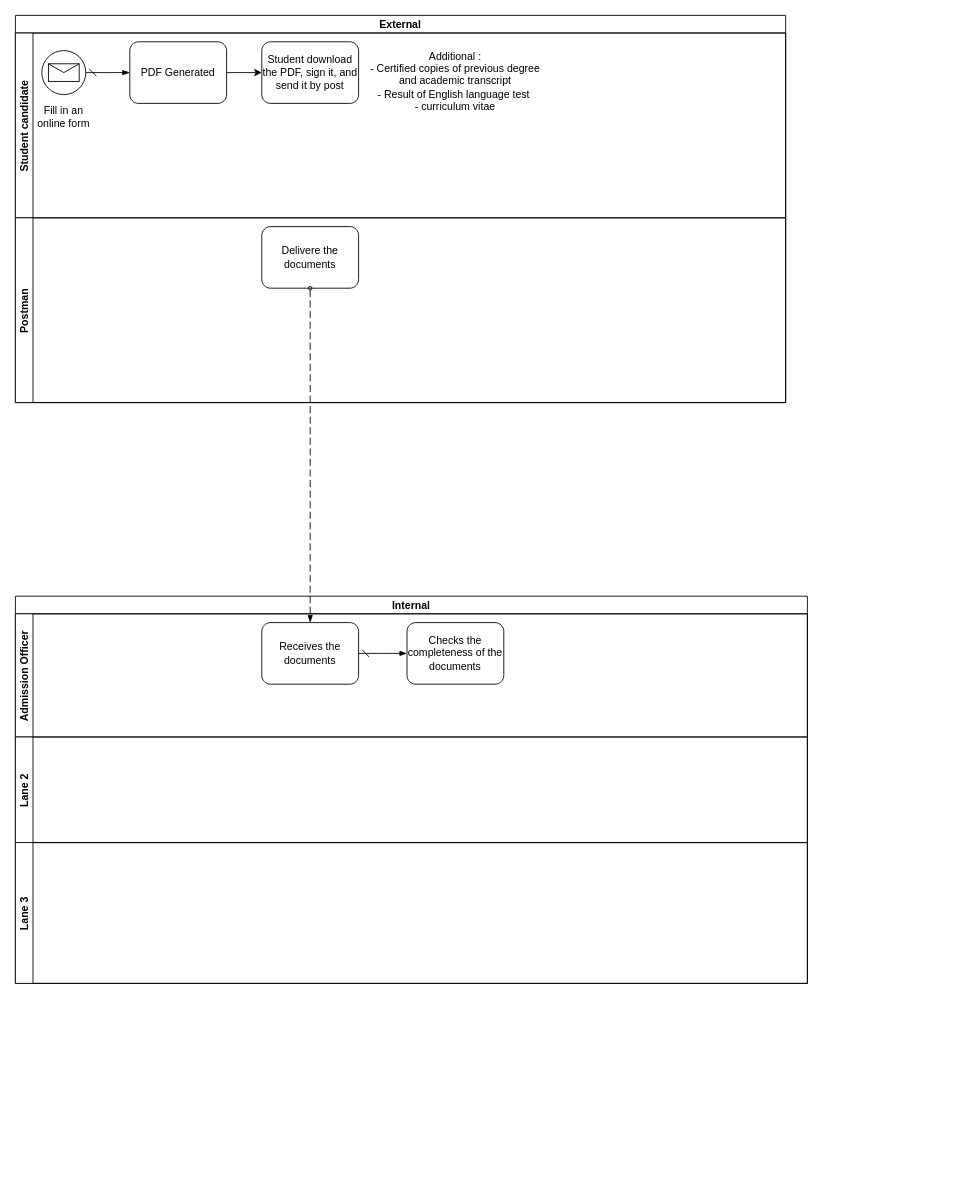
Before: Untitled Diagram.drawio in FricoSimon/BPMN, a draw.io diagram. Source tidied: cells renumbered, new cells numbered last; positions are measured from the earlier drawing's top-left corner, leaving out a move shared by most shapes. Both pictures are drawn from the tidied source at 88%, with x=0, y=0 at pixel (15, 15).
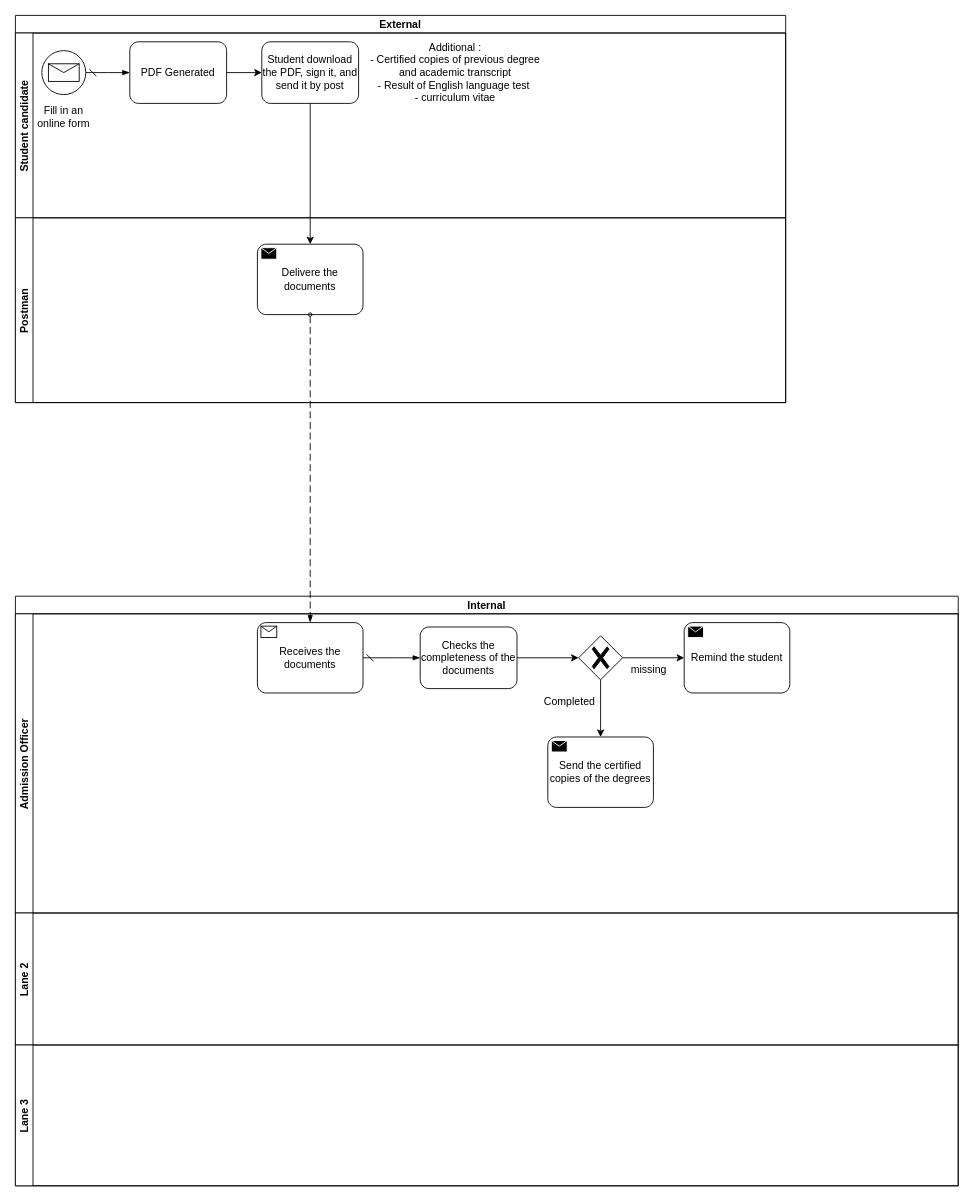
After the change.

The change refers to these unchanged cells:
```xml
<mxCell id="2" value="External" style="swimlane;horizontal=1;startSize=20;" parent="1" vertex="1">
  <mxGeometry width="875.3" height="440" as="geometry" />
</mxCell>
<mxCell id="3" value="Student candidate" style="swimlane;startSize=20;horizontal=0;" parent="2" vertex="1">
  <mxGeometry y="20" width="875.3" height="210" as="geometry" />
</mxCell>
<mxCell id="9" value="Student download the PDF, sign it, and send it by post" style="points=[[0.25,0,0],[0.5,0,0],[0.75,0,0],[1,0.25,0],[1,0.5,0],[1,0.75,0],[0.75,1,0],[0.5,1,0],[0.25,1,0],[0,0.75,0],[0,0.5,0],[0,0.25,0]];shape=mxgraph.bpmn.task;whiteSpace=wrap;rectStyle=rounded;size=10;taskMarker=abstract;" parent="3" vertex="1">
  <mxGeometry x="280" y="10" width="110" height="70" as="geometry" />
</mxCell>
<mxCell id="11" value="Postman" style="swimlane;startSize=20;horizontal=0;" parent="2" vertex="1">
  <mxGeometry y="230" width="875.3" height="210" as="geometry" />
</mxCell>
```

Diff of the diagram source:
```diff
@@
     <mxCell id="10" value="Additional :&lt;br&gt;- Certified copies of previous degree and academic transcript&lt;br&gt;- Result of English language test&amp;nbsp;&lt;br&gt;- curriculum vitae" style="text;html=1;strokeColor=none;fillColor=none;align=center;verticalAlign=middle;whiteSpace=wrap;rounded=0;" parent="3" vertex="1">
-      <mxGeometry x="400" width="200" height="110" as="geometry" />
+      <mxGeometry x="400" y="-10" width="200" height="110" as="geometry" />
     </mxCell>
@@
-    <mxCell id="12" value="Delivere the documents" style="points=[[0.25,0,0],[0.5,0,0],[0.75,0,0],[1,0.25,0],[1,0.5,0],[1,0.75,0],[0.75,1,0],[0.5,1,0],[0.25,1,0],[0,0.75,0],[0,0.5,0],[0,0.25,0]];shape=mxgraph.bpmn.task;whiteSpace=wrap;rectStyle=rounded;size=10;taskMarker=abstract;" parent="11" vertex="1">
-      <mxGeometry x="280" y="10" width="110" height="70" as="geometry" />
+    <mxCell id="12" value="Delivere the documents" style="points=[[0.25,0,0],[0.5,0,0],[0.75,0,0],[1,0.25,0],[1,0.5,0],[1,0.75,0],[0.75,1,0],[0.5,1,0],[0.25,1,0],[0,0.75,0],[0,0.5,0],[0,0.25,0]];shape=mxgraph.bpmn.task;whiteSpace=wrap;rectStyle=rounded;size=10;taskMarker=send;" parent="11" vertex="1">
+      <mxGeometry x="275" y="30" width="120" height="80" as="geometry" />
     </mxCell>
+    <mxCell id="21" style="edgeStyle=orthogonalEdgeStyle;rounded=0;jettySize=auto;html=1;entryX=0.5;entryY=0;entryDx=0;entryDy=0;entryPerimeter=0;" parent="2" edge="1" source="9" target="12">
+      <mxGeometry relative="1" as="geometry" />
+    </mxCell>
     <mxCell id="13" value="Internal" style="swimlane;horizontal=1;startSize=20;" parent="1" vertex="1">
-      <mxGeometry y="660" width="900" height="440" as="geometry" />
+      <mxGeometry y="660" width="1071.4" height="670" as="geometry" />
     </mxCell>
     <mxCell id="14" value="Admission Officer" style="swimlane;startSize=20;horizontal=0;" parent="13" vertex="1">
-      <mxGeometry y="20" width="900" height="140" as="geometry" />
+      <mxGeometry y="20" width="1071.4" height="340" as="geometry" />
     </mxCell>
-    <mxCell id="15" value="Receives the documents" style="points=[[0.25,0,0],[0.5,0,0],[0.75,0,0],[1,0.25,0],[1,0.5,0],[1,0.75,0],[0.75,1,0],[0.5,1,0],[0.25,1,0],[0,0.75,0],[0,0.5,0],[0,0.25,0]];shape=mxgraph.bpmn.task;whiteSpace=wrap;rectStyle=rounded;size=10;taskMarker=abstract;" parent="14" vertex="1">
-      <mxGeometry x="280" y="10" width="110" height="70" as="geometry" />
-    </mxCell>
+    <mxCell id="22" style="edgeStyle=orthogonalEdgeStyle;rounded=0;jettySize=auto;html=1;" parent="14" edge="1" source="16" target="25">
+      <mxGeometry relative="1" as="geometry" />
+    </mxCell>
     <mxCell id="16" value="Checks the completeness of the documents" style="points=[[0.25,0,0],[0.5,0,0],[0.75,0,0],[1,0.25,0],[1,0.5,0],[1,0.75,0],[0.75,1,0],[0.5,1,0],[0.25,1,0],[0,0.75,0],[0,0.5,0],[0,0.25,0]];shape=mxgraph.bpmn.task;whiteSpace=wrap;rectStyle=rounded;size=10;taskMarker=abstract;" parent="14" vertex="1">
-      <mxGeometry x="445" y="10" width="110" height="70" as="geometry" />
+      <mxGeometry x="460" y="15" width="110" height="70" as="geometry" />
     </mxCell>
@@
+    <mxCell id="15" value="Receives the documents" style="points=[[0.25,0,0],[0.5,0,0],[0.75,0,0],[1,0.25,0],[1,0.5,0],[1,0.75,0],[0.75,1,0],[0.5,1,0],[0.25,1,0],[0,0.75,0],[0,0.5,0],[0,0.25,0]];shape=mxgraph.bpmn.task;whiteSpace=wrap;rectStyle=rounded;size=10;taskMarker=receive;" parent="14" vertex="1">
+      <mxGeometry x="275" y="10" width="120" height="80" as="geometry" />
+    </mxCell>
+    <mxCell id="23" style="edgeStyle=orthogonalEdgeStyle;rounded=0;jettySize=auto;html=1;entryX=0.5;entryY=0;entryDx=0;entryDy=0;entryPerimeter=0;" parent="14" edge="1" source="25" target="26">
+      <mxGeometry relative="1" as="geometry" />
+    </mxCell>
+    <mxCell id="24" style="edgeStyle=orthogonalEdgeStyle;rounded=0;jettySize=auto;html=1;" parent="14" edge="1" source="25" target="28">
+      <mxGeometry relative="1" as="geometry" />
+    </mxCell>
+    <mxCell id="25" style="points=[[0.25,0.25,0],[0.5,0,0],[0.75,0.25,0],[1,0.5,0],[0.75,0.75,0],[0.5,1,0],[0.25,0.75,0],[0,0.5,0]];shape=mxgraph.bpmn.gateway2;html=1;verticalLabelPosition=bottom;labelBackgroundColor=#ffffff;verticalAlign=top;align=center;perimeter=rhombusPerimeter;outlineConnect=0;outline=none;symbol=none;gwType=exclusive;" parent="14" vertex="1">
+      <mxGeometry x="640" y="25" width="50" height="50" as="geometry" />
+    </mxCell>
+    <mxCell id="26" value="Send the certified copies of the degrees" style="points=[[0.25,0,0],[0.5,0,0],[0.75,0,0],[1,0.25,0],[1,0.5,0],[1,0.75,0],[0.75,1,0],[0.5,1,0],[0.25,1,0],[0,0.75,0],[0,0.5,0],[0,0.25,0]];shape=mxgraph.bpmn.task;whiteSpace=wrap;rectStyle=rounded;size=10;taskMarker=send;" parent="14" vertex="1">
+      <mxGeometry x="605" y="140" width="120" height="80" as="geometry" />
+    </mxCell>
+    <mxCell id="27" value="Completed" style="text;html=1;strokeColor=none;fillColor=none;align=center;verticalAlign=middle;whiteSpace=wrap;rounded=0;" parent="14" vertex="1">
+      <mxGeometry x="605" y="90" width="50" height="20" as="geometry" />
+    </mxCell>
+    <mxCell id="28" value="Remind the student" style="points=[[0.25,0,0],[0.5,0,0],[0.75,0,0],[1,0.25,0],[1,0.5,0],[1,0.75,0],[0.75,1,0],[0.5,1,0],[0.25,1,0],[0,0.75,0],[0,0.5,0],[0,0.25,0]];shape=mxgraph.bpmn.task;whiteSpace=wrap;rectStyle=rounded;size=10;taskMarker=send;" parent="14" vertex="1">
+      <mxGeometry x="760" y="10" width="120" height="80" as="geometry" />
+    </mxCell>
+    <mxCell id="29" value="missing" style="text;html=1;strokeColor=none;fillColor=none;align=center;verticalAlign=middle;whiteSpace=wrap;rounded=0;" parent="14" vertex="1">
+      <mxGeometry x="695" y="54" width="50" height="20" as="geometry" />
+    </mxCell>
     <mxCell id="18" value="Lane 2" style="swimlane;startSize=20;horizontal=0;" parent="13" vertex="1">
-      <mxGeometry y="160" width="900" height="120" as="geometry" />
+      <mxGeometry y="360" width="1071.4" height="150" as="geometry" />
     </mxCell>
     <mxCell id="19" value="Lane 3" style="swimlane;startSize=20;horizontal=0;" parent="13" vertex="1">
-      <mxGeometry y="280" width="900" height="160" as="geometry" />
+      <mxGeometry y="510" width="1071.4" height="160" as="geometry" />
     </mxCell>
-    <mxCell id="20" style="dashed=1;dashPattern=8 4;endArrow=blockThin;endFill=1;startArrow=oval;startFill=0;endSize=6;startSize=4;rounded=0;exitX=0.5;exitY=1;exitDx=0;exitDy=0;exitPerimeter=0;entryX=0.5;entryY=0;entryDx=0;entryDy=0;entryPerimeter=0;" parent="1" edge="1" source="12" target="15">
+    <mxCell id="20" style="dashed=1;dashPattern=8 4;endArrow=blockThin;endFill=1;startArrow=oval;startFill=0;endSize=6;startSize=4;rounded=0;exitX=0.5;exitY=1;exitDx=0;exitDy=0;exitPerimeter=0;" parent="1" edge="1" source="12" target="15">
       <mxGeometry relative="1" as="geometry" />
     </mxCell>
```
